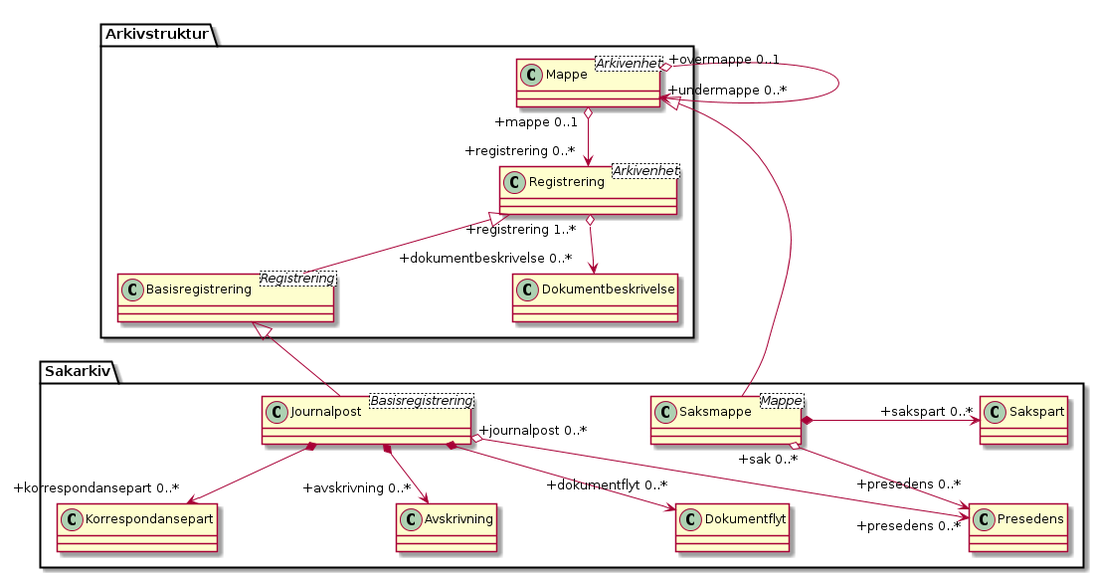
Before: kapitler/media/uml-sakarkiv-entiteter.png, a diagram exported from PlantUML (arkivverket/noark5-tjenestegrensesnitt-standard).
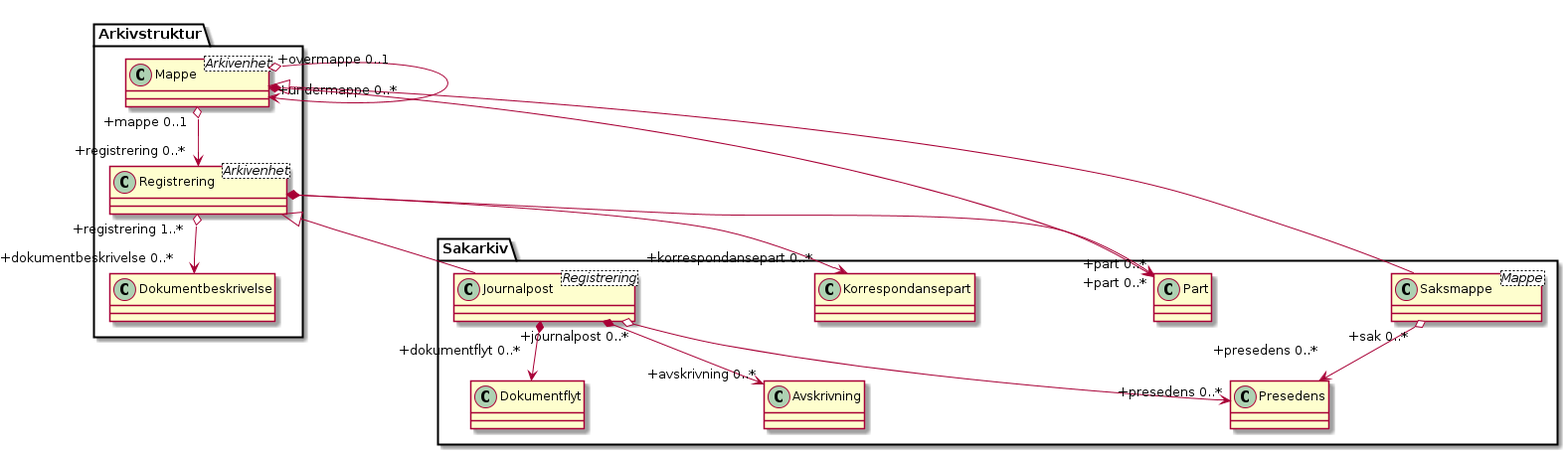
The same file after the commit.

Diff of the diagram source:
```diff
@@ -4,21 +4,20 @@
 
 class Arkivstruktur.Mappe <Arkivenhet>
 class Arkivstruktur.Registrering <Arkivenhet>
-class Arkivstruktur.Basisregistrering <Registrering>
-class Sakarkiv.Journalpost <Basisregistrering>
+class Sakarkiv.Journalpost <Registrering>
 class Sakarkiv.Saksmappe <Mappe>
 
-Arkivstruktur.Registrering <|-- Arkivstruktur.Basisregistrering
-Arkivstruktur.Basisregistrering <|-- Sakarkiv.Journalpost
+Arkivstruktur.Registrering <|-- Sakarkiv.Journalpost
 Arkivstruktur.Mappe <|- Sakarkiv.Saksmappe
 
 Arkivstruktur.Mappe "+mappe 0..1" o--> "+registrering 0..*" Arkivstruktur.Registrering
 Arkivstruktur.Mappe "+overmappe 0..1" o--> "+undermappe 0..*" Arkivstruktur.Mappe
-Sakarkiv.Saksmappe *-> "+sakspart 0..*" Sakarkiv.Sakspart
+Arkivstruktur.Mappe *-> "+part 0..*" Sakarkiv.Part
+Arkivstruktur.Registrering *-> "+part 0..*" Sakarkiv.Part
 Sakarkiv.Saksmappe "+sak 0..*" o--> "+presedens 0..*\n" Sakarkiv.Presedens
 Sakarkiv.Journalpost "+journalpost 0..*" o--> "+presedens 0..*" Sakarkiv.Presedens
 
-Sakarkiv.Journalpost *--> "+korrespondansepart 0..*" Sakarkiv.Korrespondansepart
+Arkivstruktur.Registrering *--> "+korrespondansepart 0..*" Sakarkiv.Korrespondansepart
 Sakarkiv.Journalpost *--> "+avskrivning 0..*" Sakarkiv.Avskrivning
 Sakarkiv.Journalpost *--> "+dokumentflyt 0..*\n" Sakarkiv.Dokumentflyt
 Arkivstruktur.Registrering "+registrering 1..*" o--> "+dokumentbeskrivelse 0..*" Arkivstruktur.Dokumentbeskrivelse
```
